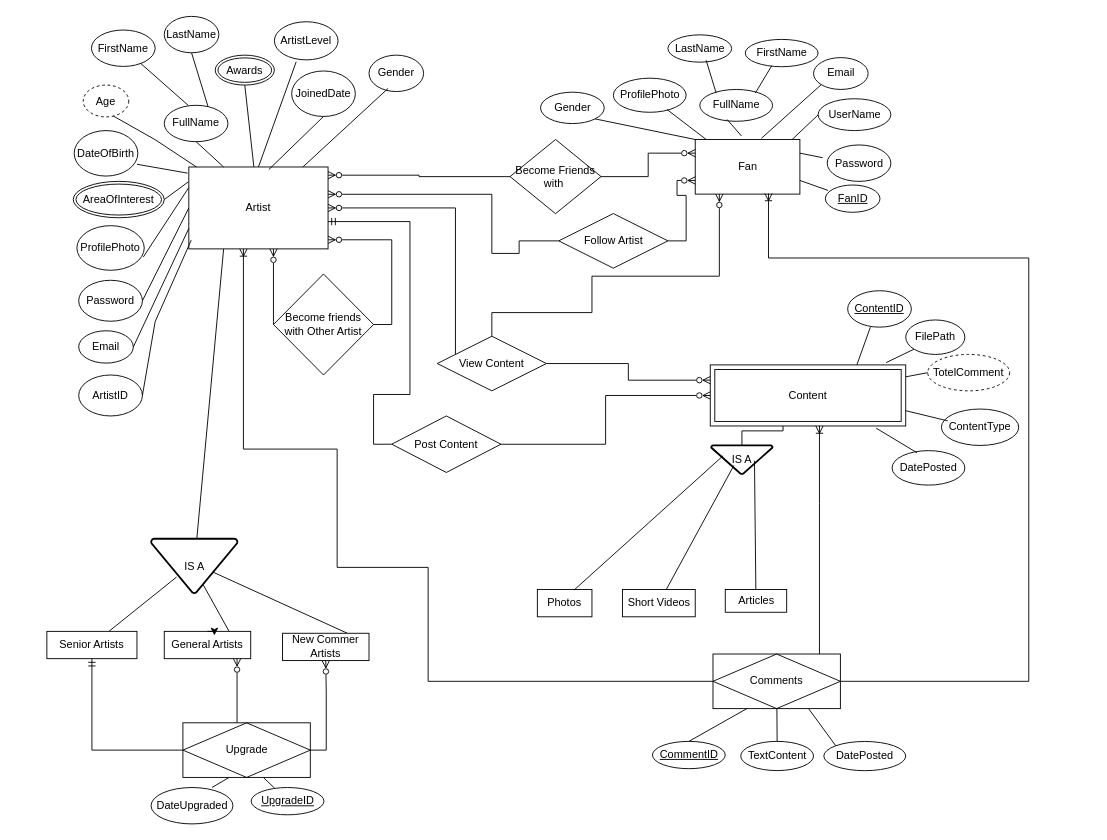
Before: Untitled Diagram.drawio in deleshan/puthurep, a draw.io diagram. Source tidied: cells renumbered, new cells numbered last; positions are measured from the earlier drawing's top-left corner, leaving out a move shared by most shapes. Both pictures are drawn from the tidied source at 91%, with x=0, y=0 at pixel (46, 15).
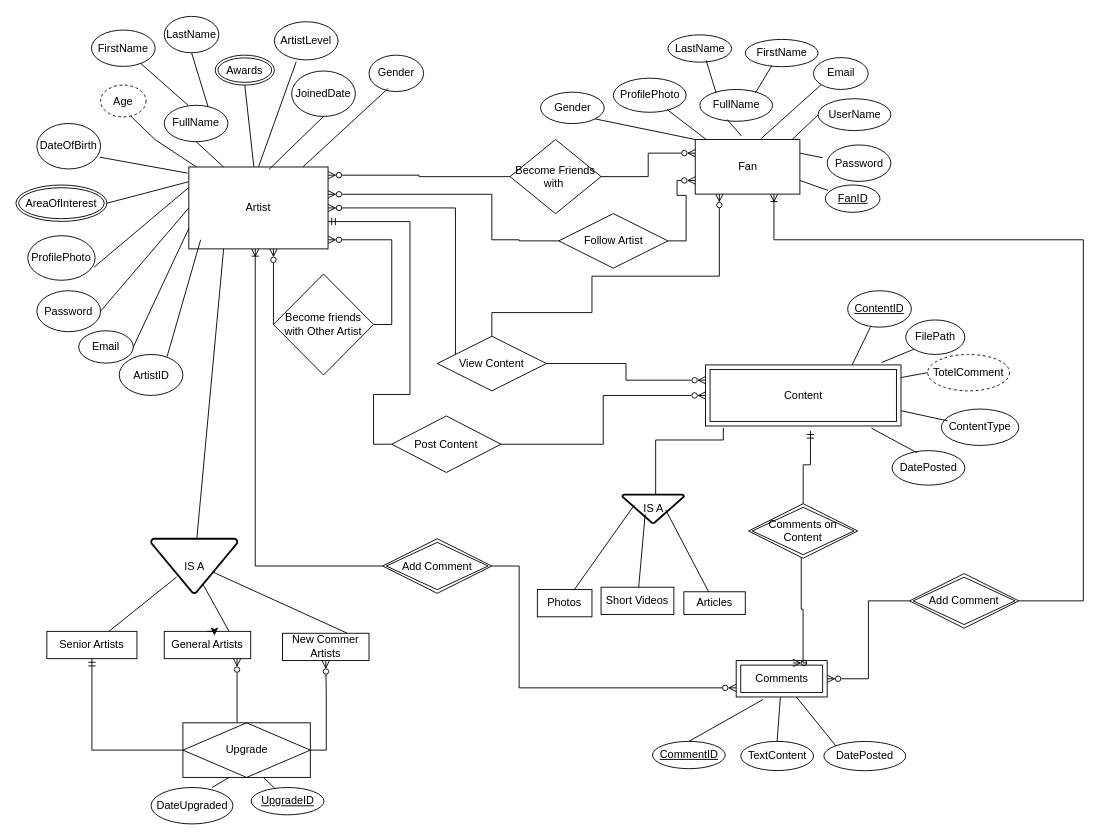
The same page after the edit.

Unchanged cells that the change refers to:
```xml
<mxCell id="2" value="Artist" style="rounded=0;whiteSpace=wrap;html=1;" parent="1" vertex="1">
  <mxGeometry x="156" y="166" width="153" height="90" as="geometry" />
</mxCell>
<mxCell id="3" value="Fan" style="rounded=0;whiteSpace=wrap;html=1;" parent="1" vertex="1">
  <mxGeometry x="712.5" y="135.8" width="115" height="60" as="geometry" />
</mxCell>
<mxCell id="62" value="DatePosted" style="ellipse;whiteSpace=wrap;html=1;align=center;" parent="1" vertex="1">
  <mxGeometry x="853.8" y="797.3" width="90" height="32.1" as="geometry" />
</mxCell>
<mxCell id="64" value="CommentID" style="ellipse;whiteSpace=wrap;html=1;align=center;fontStyle=4;" parent="1" vertex="1">
  <mxGeometry x="665.5" y="797.2" width="80" height="30" as="geometry" />
</mxCell>
<mxCell id="84" value="Follow Artist" style="shape=rhombus;perimeter=rhombusPerimeter;whiteSpace=wrap;html=1;align=center;" parent="1" vertex="1">
  <mxGeometry x="562.5" y="217.2" width="120" height="60" as="geometry" />
</mxCell>
```

What changed in the source:
```diff
@@
     <mxCell id="5" value="Password" style="ellipse;whiteSpace=wrap;html=1;" parent="1" vertex="1">
-      <mxGeometry x="35" y="290.5" width="70" height="45" as="geometry" />
+      <mxGeometry x="-11" y="302" width="70" height="45" as="geometry" />
     </mxCell>
     <mxCell id="6" value="ProfilePhoto" style="ellipse;whiteSpace=wrap;html=1;" parent="1" vertex="1">
-      <mxGeometry x="33" y="230.5" width="74" height="49" as="geometry" />
+      <mxGeometry x="-21" y="241.5" width="74" height="49" as="geometry" />
     </mxCell>
     <mxCell id="7" value="Age" style="ellipse;whiteSpace=wrap;html=1;dashed=1;" parent="1" vertex="1">
-      <mxGeometry x="40" y="76" width="50" height="35" as="geometry" />
+      <mxGeometry x="59" y="76" width="50" height="35" as="geometry" />
     </mxCell>
     <mxCell id="8" value="DateOfBirth" style="ellipse;whiteSpace=wrap;html=1;" parent="1" vertex="1">
-      <mxGeometry x="30" y="126" width="70" height="50" as="geometry" />
+      <mxGeometry x="-11" y="118.2" width="70" height="50" as="geometry" />
     </mxCell>
@@
     <mxCell id="12" value="ArtistID" style="ellipse;whiteSpace=wrap;html=1;" parent="1" vertex="1">
-      <mxGeometry x="35" y="394.6" width="70" height="45" as="geometry" />
+      <mxGeometry x="79.5" y="372" width="70" height="45" as="geometry" />
     </mxCell>
@@
-    <mxCell id="16" style="endArrow=none;html=1;rounded=0;entryX=1;entryY=0.5;entryDx=0;entryDy=0;exitX=0.017;exitY=0.894;exitDx=0;exitDy=0;exitPerimeter=0;" parent="1" edge="1" source="2" target="12">
+    <mxCell id="16" style="endArrow=none;html=1;rounded=0;entryX=0.751;entryY=0.055;entryDx=0;entryDy=0;entryPerimeter=0;" parent="1" edge="1" target="12">
       <mxGeometry relative="1" as="geometry">
-        <Array as="points">
-          <mxPoint x="119" y="336" />
-        </Array>
+        <mxPoint x="169" y="246" as="sourcePoint" />
       </mxGeometry>
     </mxCell>
@@
     <mxCell id="31" value="AreaOfInterest" style="ellipse;shape=doubleEllipse;margin=3;whiteSpace=wrap;html=1;align=center;" parent="1" vertex="1">
-      <mxGeometry x="29" y="181.8" width="100" height="40" as="geometry" />
+      <mxGeometry x="-34" y="185.8" width="100" height="40" as="geometry" />
     </mxCell>
@@
     <mxCell id="50" value="Content" style="shape=ext;margin=3;double=1;whiteSpace=wrap;html=1;align=center;" parent="1" vertex="1">
-      <mxGeometry x="729" y="383.5" width="214.8" height="67.1" as="geometry" />
+      <mxGeometry x="723.8" y="383.5" width="214.8" height="67.1" as="geometry" />
     </mxCell>
@@
-    <mxCell id="65" style="endArrow=none;html=1;rounded=0;exitX=0.5;exitY=0;exitDx=0;exitDy=0;entryX=0.393;entryY=0.833;entryDx=0;entryDy=0;entryPerimeter=0;" parent="1" edge="1" source="64" target="102">
-      <mxGeometry relative="1" as="geometry" />
+    <mxCell id="65" style="endArrow=none;html=1;rounded=0;exitX=0.5;exitY=0;exitDx=0;exitDy=0;entryX=0.393;entryY=0.833;entryDx=0;entryDy=0;entryPerimeter=0;" parent="1" edge="1" source="64">
+      <mxGeometry relative="1" as="geometry">
+        <mxPoint x="787" y="751.2" as="targetPoint" />
+      </mxGeometry>
     </mxCell>
@@
-    <mxCell id="67" style="endArrow=none;html=1;rounded=0;entryX=0.75;entryY=1;entryDx=0;entryDy=0;exitX=0;exitY=0;exitDx=0;exitDy=0;" parent="1" edge="1" source="62" target="102">
+    <mxCell id="67" style="endArrow=none;html=1;rounded=0;exitX=0;exitY=0;exitDx=0;exitDy=0;" parent="1" edge="1" source="62" target="102">
       <mxGeometry relative="1" as="geometry" />
     </mxCell>
@@
     <mxCell id="85" style="edgeStyle=orthogonalEdgeStyle;rounded=0;jettySize=auto;html=1;endArrow=ERzeroToMany;endFill=0;exitX=0;exitY=0.5;exitDx=0;exitDy=0;" parent="1" edge="1" source="84" target="2">
       <mxGeometry relative="1" as="geometry">
         <Array as="points">
           <mxPoint x="519" y="247" />
-          <mxPoint x="519" y="261" />
-          <mxPoint x="489" y="261" />
+          <mxPoint x="519" y="246" />
+          <mxPoint x="489" y="246" />
           <mxPoint x="489" y="196" />
         </Array>
       </mxGeometry>
     </mxCell>
@@
-    <mxCell id="100" style="edgeStyle=orthogonalEdgeStyle;rounded=0;jettySize=auto;html=1;endArrow=ERoneToMany;endFill=0;" parent="1" edge="1" source="102" target="2">
-      <mxGeometry relative="1" as="geometry">
-        <Array as="points">
-          <mxPoint x="419" y="731" />
-          <mxPoint x="419" y="606" />
-          <mxPoint x="319" y="606" />
-          <mxPoint x="319" y="476" />
-          <mxPoint x="216" y="476" />
-        </Array>
-      </mxGeometry>
-    </mxCell>
-    <mxCell id="101" style="edgeStyle=orthogonalEdgeStyle;rounded=0;jettySize=auto;html=1;endArrow=ERoneToMany;endFill=0;" parent="1" edge="1" source="102" target="50">
-      <mxGeometry relative="1" as="geometry">
-        <Array as="points">
-          <mxPoint x="849" y="536" />
-          <mxPoint x="849" y="536" />
-        </Array>
-      </mxGeometry>
-    </mxCell>
-    <mxCell id="102" value="Comments" style="shape=associativeEntity;whiteSpace=wrap;html=1;align=center;" parent="1" vertex="1">
-      <mxGeometry x="732" y="701.2" width="140" height="60" as="geometry" />
-    </mxCell>
-    <mxCell id="103" style="edgeStyle=orthogonalEdgeStyle;rounded=0;jettySize=auto;html=1;endArrow=none;endFill=0;" parent="1" edge="1" source="104" target="50">
+    <mxCell id="103" style="edgeStyle=orthogonalEdgeStyle;rounded=0;jettySize=auto;html=1;endArrow=none;endFill=0;entryX=0.091;entryY=1.031;entryDx=0;entryDy=0;entryPerimeter=0;" parent="1" edge="1" source="104" target="50">
       <mxGeometry relative="1" as="geometry">
         <Array as="points">
-          <mxPoint x="764" y="456" />
-          <mxPoint x="809" y="456" />
+          <mxPoint x="669" y="466" />
+          <mxPoint x="743" y="466" />
         </Array>
       </mxGeometry>
     </mxCell>
     <mxCell id="104" value="IS A" style="strokeWidth=2;html=1;shape=mxgraph.flowchart.merge_or_storage;whiteSpace=wrap;" parent="1" vertex="1">
-      <mxGeometry x="730" y="472" width="67.5" height="31.4" as="geometry" />
+      <mxGeometry x="632.5" y="526" width="67.5" height="31.4" as="geometry" />
     </mxCell>
     <mxCell id="105" value="Articles" style="whiteSpace=wrap;html=1;align=center;" parent="1" vertex="1">
-      <mxGeometry x="745.5" y="630.3" width="67.5" height="25" as="geometry" />
+      <mxGeometry x="700" y="632.8" width="67.5" height="25" as="geometry" />
     </mxCell>
     <mxCell id="106" value="Short Videos" style="whiteSpace=wrap;html=1;align=center;" parent="1" vertex="1">
-      <mxGeometry x="632.5" y="630.3" width="80" height="30" as="geometry" />
+      <mxGeometry x="609" y="627.8" width="80" height="30" as="geometry" />
     </mxCell>
@@
-    <mxCell id="112" style="edgeStyle=orthogonalEdgeStyle;rounded=0;jettySize=auto;html=1;entryX=0.7;entryY=0.988;entryDx=0;entryDy=0;entryPerimeter=0;endArrow=ERoneToMany;endFill=0;" parent="1" edge="1" source="102" target="3">
-      <mxGeometry relative="1" as="geometry">
-        <Array as="points">
-          <mxPoint x="1079" y="731" />
-          <mxPoint x="1079" y="266" />
-          <mxPoint x="793" y="266" />
-        </Array>
-      </mxGeometry>
-    </mxCell>
+    <mxCell id="102" value="Comments" style="shape=ext;margin=3;double=1;whiteSpace=wrap;html=1;align=center;" parent="1" vertex="1">
+      <mxGeometry x="757.5" y="708.4" width="100" height="40" as="geometry" />
+    </mxCell>
+    <mxCell id="113" style="edgeStyle=orthogonalEdgeStyle;rounded=0;jettySize=auto;html=1;entryX=0;entryY=0.75;entryDx=0;entryDy=0;endArrow=ERzeroToMany;endFill=0;" parent="1" edge="1" source="114" target="102">
+      <mxGeometry relative="1" as="geometry">
+        <Array as="points">
+          <mxPoint x="519" y="604" />
+          <mxPoint x="519" y="738" />
+        </Array>
+      </mxGeometry>
+    </mxCell>
+    <mxCell id="114" value="Add Comment" style="shape=rhombus;double=1;perimeter=rhombusPerimeter;whiteSpace=wrap;html=1;align=center;" parent="1" vertex="1">
+      <mxGeometry x="369" y="574.5" width="120" height="60" as="geometry" />
+    </mxCell>
+    <mxCell id="115" style="edgeStyle=orthogonalEdgeStyle;rounded=0;jettySize=auto;html=1;endArrow=ERoneToMany;endFill=0;" parent="1" edge="1" source="114" target="2">
+      <mxGeometry relative="1" as="geometry">
+        <Array as="points">
+          <mxPoint x="229" y="604" />
+        </Array>
+      </mxGeometry>
+    </mxCell>
+    <mxCell id="116" style="edgeStyle=orthogonalEdgeStyle;rounded=0;jettySize=auto;html=1;endArrow=ERoneToMany;endFill=0;" parent="1" edge="1" source="118">
+      <mxGeometry relative="1" as="geometry">
+        <mxPoint x="799" y="196" as="targetPoint" />
+        <Array as="points">
+          <mxPoint x="1139" y="643" />
+          <mxPoint x="1139" y="246" />
+          <mxPoint x="799" y="246" />
+        </Array>
+      </mxGeometry>
+    </mxCell>
+    <mxCell id="117" style="edgeStyle=orthogonalEdgeStyle;rounded=0;jettySize=auto;html=1;entryX=1;entryY=0.5;entryDx=0;entryDy=0;endArrow=ERzeroToMany;endFill=0;" parent="1" edge="1" source="118" target="102">
+      <mxGeometry relative="1" as="geometry" />
+    </mxCell>
+    <mxCell id="118" value="Add Comment" style="shape=rhombus;double=1;perimeter=rhombusPerimeter;whiteSpace=wrap;html=1;align=center;" parent="1" vertex="1">
+      <mxGeometry x="948" y="612.8" width="120" height="60" as="geometry" />
+    </mxCell>
+    <mxCell id="119" value="Comments on Content" style="shape=rhombus;double=1;perimeter=rhombusPerimeter;whiteSpace=wrap;html=1;align=center;" parent="1" vertex="1">
+      <mxGeometry x="771.1" y="536" width="120" height="60" as="geometry" />
+    </mxCell>
+    <mxCell id="120" style="edgeStyle=orthogonalEdgeStyle;rounded=0;jettySize=auto;html=1;entryX=0.624;entryY=0.065;entryDx=0;entryDy=0;entryPerimeter=0;endArrow=ERzeroToMany;endFill=0;" parent="1" edge="1" source="119" target="102">
+      <mxGeometry relative="1" as="geometry">
+        <Array as="points">
+          <mxPoint x="829" y="652" />
+          <mxPoint x="831" y="652" />
+          <mxPoint x="831" y="711" />
+        </Array>
+      </mxGeometry>
+    </mxCell>
+    <mxCell id="121" style="edgeStyle=orthogonalEdgeStyle;rounded=0;jettySize=auto;html=1;entryX=0.537;entryY=1.08;entryDx=0;entryDy=0;entryPerimeter=0;endArrow=ERmandOne;endFill=0;" parent="1" edge="1" source="119" target="50">
+      <mxGeometry relative="1" as="geometry" />
+    </mxCell>
```
